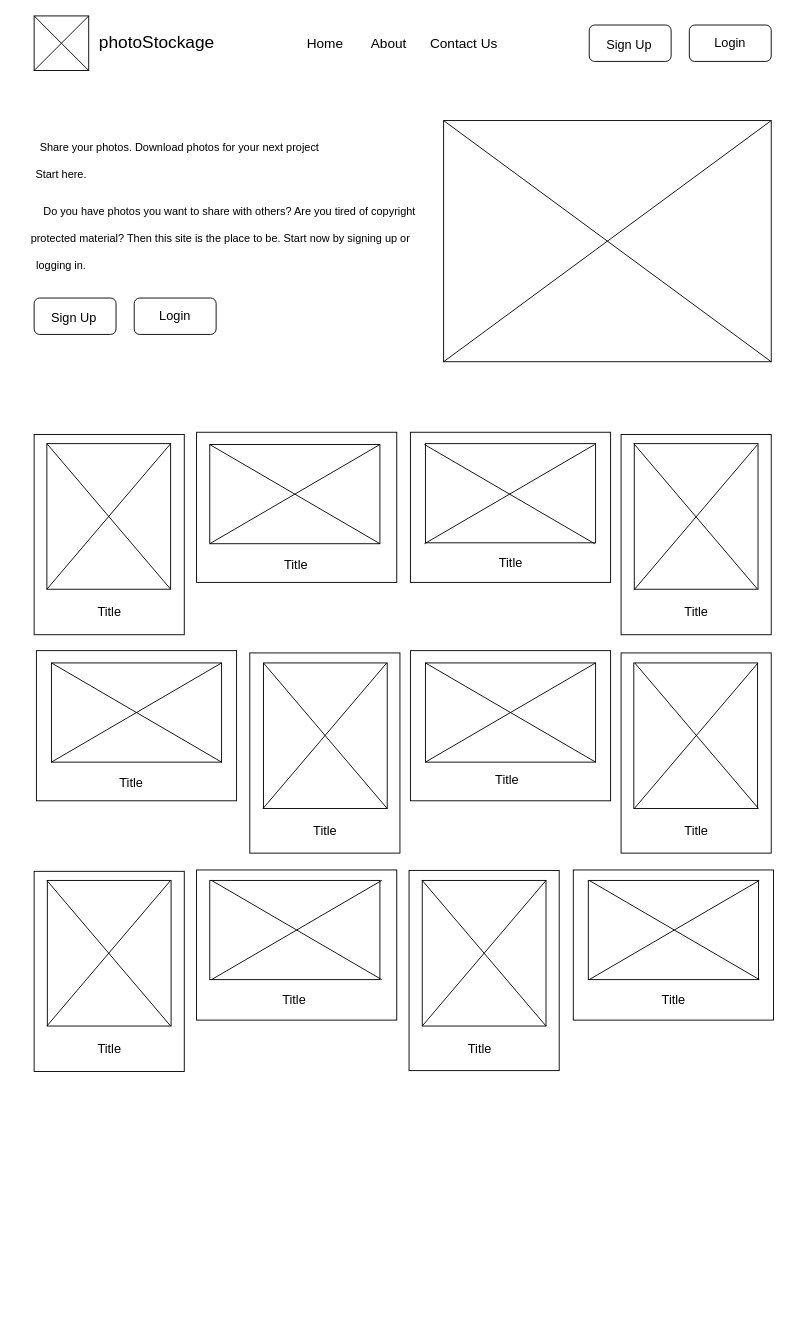
Before: wirefrime-home-desktop.drawio in EsFrost/m2i_projet, a draw.io diagram. Source tidied: cells renumbered, new cells numbered last; positions are measured from the earlier drawing's top-left corner, leaving out a move shared by most shapes. Both pictures are drawn from the tidied source at 91%, with x=0, y=0 at pixel (25, 15).
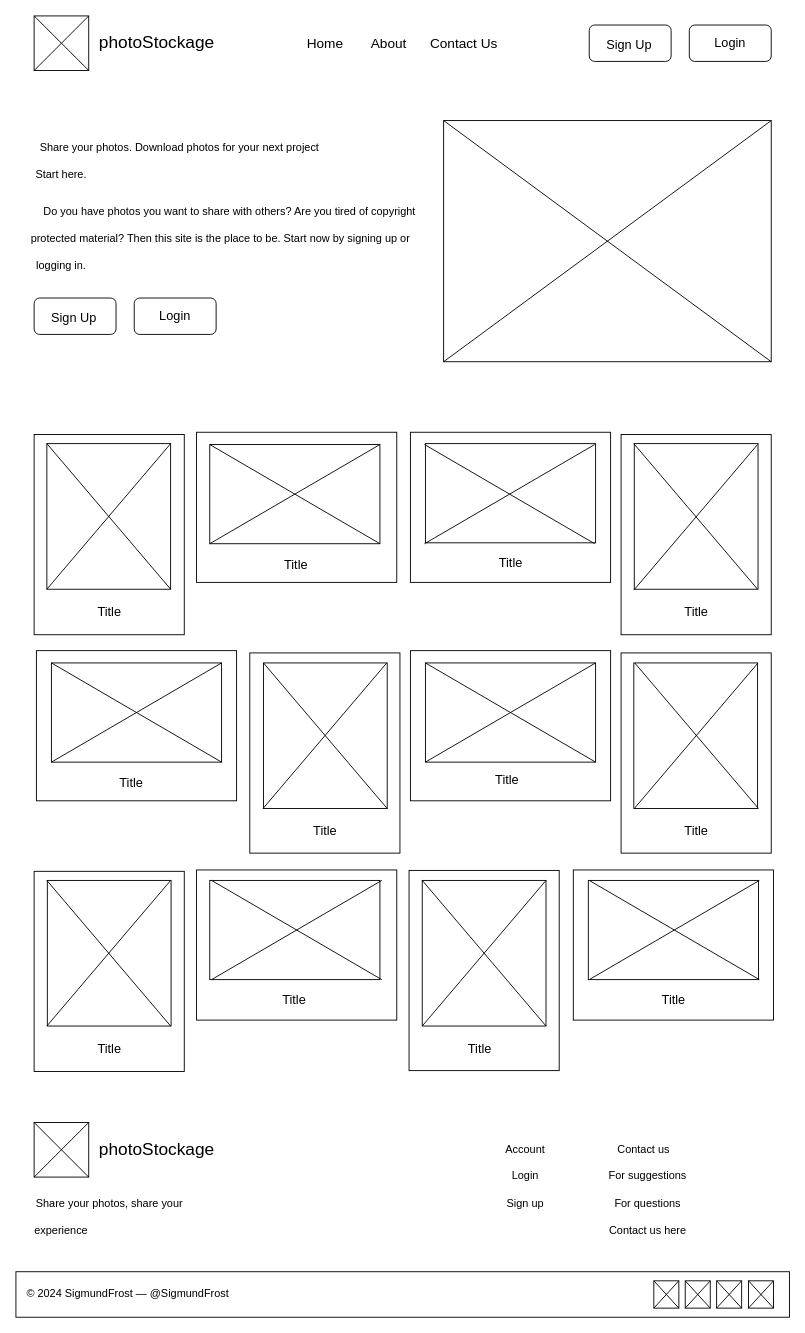
After the change.

Commit message:
Changes to homepage wireframe

Diff of the diagram source:
```diff
@@
+    <mxCell id="85" style="rounded=0;whiteSpace=wrap;html=1;" parent="1" vertex="1">
+      <mxGeometry x="10" y="1216" width="60" height="60" as="geometry" />
+    </mxCell>
+    <mxCell id="86" style="endArrow=none;html=1;rounded=0;entryX=0;entryY=0;entryDx=0;entryDy=0;exitX=1;exitY=1;exitDx=0;exitDy=0;" parent="1" edge="1" source="85" target="85">
+      <mxGeometry relative="1" as="geometry" />
+    </mxCell>
+    <mxCell id="87" style="endArrow=none;html=1;rounded=0;exitX=0;exitY=1;exitDx=0;exitDy=0;entryX=1;entryY=0;entryDx=0;entryDy=0;" parent="1" edge="1" source="85" target="85">
+      <mxGeometry relative="1" as="geometry" />
+    </mxCell>
+    <mxCell id="88" value="&lt;font style=&quot;font-size: 19px;&quot;&gt;photoStockage&lt;/font&gt;" style="text;html=1;align=center;verticalAlign=middle;whiteSpace=wrap;rounded=0;" parent="1" vertex="1">
+      <mxGeometry x="70" y="1218.5" width="150" height="55" as="geometry" />
+    </mxCell>
+    <mxCell id="89" value="Share your photos, share your" style="text;html=1;align=center;verticalAlign=middle;whiteSpace=wrap;rounded=0;" parent="1" vertex="1">
+      <mxGeometry x="2.5" y="1290" width="180" height="30" as="geometry" />
+    </mxCell>
+    <mxCell id="90" value="experience" style="text;html=1;align=center;verticalAlign=middle;whiteSpace=wrap;rounded=0;" parent="1" vertex="1">
+      <mxGeometry x="10" y="1320" width="60" height="30" as="geometry" />
+    </mxCell>
+    <mxCell id="91" value="Account" style="text;html=1;align=center;verticalAlign=middle;whiteSpace=wrap;rounded=0;" parent="1" vertex="1">
+      <mxGeometry x="520" y="1231" width="60" height="30" as="geometry" />
+    </mxCell>
+    <mxCell id="92" value="Contact us" style="text;html=1;align=center;verticalAlign=middle;whiteSpace=wrap;rounded=0;" parent="1" vertex="1">
+      <mxGeometry x="650" y="1231" width="60" height="30" as="geometry" />
+    </mxCell>
+    <mxCell id="93" value="Login" style="text;html=1;align=center;verticalAlign=middle;whiteSpace=wrap;rounded=0;" parent="1" vertex="1">
+      <mxGeometry x="520" y="1260" width="60" height="30" as="geometry" />
+    </mxCell>
+    <mxCell id="94" value="Sign up" style="text;html=1;align=center;verticalAlign=middle;whiteSpace=wrap;rounded=0;" parent="1" vertex="1">
+      <mxGeometry x="520" y="1290" width="60" height="30" as="geometry" />
+    </mxCell>
+    <mxCell id="95" value="For suggestions" style="text;html=1;align=center;verticalAlign=middle;whiteSpace=wrap;rounded=0;" parent="1" vertex="1">
+      <mxGeometry x="637.5" y="1260" width="92.5" height="30" as="geometry" />
+    </mxCell>
+    <mxCell id="96" value="For questions" style="text;html=1;align=center;verticalAlign=middle;whiteSpace=wrap;rounded=0;" parent="1" vertex="1">
+      <mxGeometry x="637.5" y="1290" width="92.5" height="30" as="geometry" />
+    </mxCell>
+    <mxCell id="97" value="Contact us here" style="text;html=1;align=center;verticalAlign=middle;whiteSpace=wrap;rounded=0;" parent="1" vertex="1">
+      <mxGeometry x="637.5" y="1320" width="92.5" height="30" as="geometry" />
+    </mxCell>
+    <mxCell id="98" style="rounded=0;whiteSpace=wrap;html=1;" parent="1" vertex="1">
+      <mxGeometry x="-10" y="1380" width="850" height="50" as="geometry" />
+    </mxCell>
+    <mxCell id="99" value="© 2024 SigmundFrost — @SigmundFrost" style="text;whiteSpace=wrap;" parent="1" vertex="1">
+      <mxGeometry y="1390" width="240" height="30" as="geometry" />
+    </mxCell>
+    <mxCell id="100" style="rounded=0;whiteSpace=wrap;html=1;" parent="1" vertex="1">
+      <mxGeometry x="691" y="1390" width="27.5" height="30" as="geometry" />
+    </mxCell>
+    <mxCell id="101" style="endArrow=none;html=1;rounded=0;entryX=1;entryY=0;entryDx=0;entryDy=0;exitX=0;exitY=1;exitDx=0;exitDy=0;" parent="1" edge="1" source="100" target="100">
+      <mxGeometry relative="1" as="geometry" />
+    </mxCell>
+    <mxCell id="102" style="endArrow=none;html=1;rounded=0;exitX=0;exitY=0;exitDx=0;exitDy=0;entryX=1;entryY=1;entryDx=0;entryDy=0;" parent="1" edge="1" source="100" target="100">
+      <mxGeometry relative="1" as="geometry" />
+    </mxCell>
+    <mxCell id="103" style="rounded=0;whiteSpace=wrap;html=1;" parent="1" vertex="1">
+      <mxGeometry x="725.5" y="1390" width="27.5" height="30" as="geometry" />
+    </mxCell>
+    <mxCell id="104" style="endArrow=none;html=1;rounded=0;entryX=1;entryY=0;entryDx=0;entryDy=0;exitX=0;exitY=1;exitDx=0;exitDy=0;" parent="1" edge="1" source="103" target="103">
+      <mxGeometry relative="1" as="geometry" />
+    </mxCell>
+    <mxCell id="105" style="endArrow=none;html=1;rounded=0;exitX=0;exitY=0;exitDx=0;exitDy=0;entryX=1;entryY=1;entryDx=0;entryDy=0;" parent="1" edge="1" source="103" target="103">
+      <mxGeometry relative="1" as="geometry" />
+    </mxCell>
+    <mxCell id="106" style="rounded=0;whiteSpace=wrap;html=1;" parent="1" vertex="1">
+      <mxGeometry x="760" y="1390" width="27.5" height="30" as="geometry" />
+    </mxCell>
+    <mxCell id="107" style="endArrow=none;html=1;rounded=0;entryX=1;entryY=0;entryDx=0;entryDy=0;exitX=0;exitY=1;exitDx=0;exitDy=0;" parent="1" edge="1" source="106" target="106">
+      <mxGeometry relative="1" as="geometry" />
+    </mxCell>
+    <mxCell id="108" style="endArrow=none;html=1;rounded=0;exitX=0;exitY=0;exitDx=0;exitDy=0;entryX=1;entryY=1;entryDx=0;entryDy=0;" parent="1" edge="1" source="106" target="106">
+      <mxGeometry relative="1" as="geometry" />
+    </mxCell>
+    <mxCell id="109" style="rounded=0;whiteSpace=wrap;html=1;" parent="1" vertex="1">
+      <mxGeometry x="795" y="1390" width="27.5" height="30" as="geometry" />
+    </mxCell>
+    <mxCell id="110" style="endArrow=none;html=1;rounded=0;entryX=1;entryY=0;entryDx=0;entryDy=0;exitX=0;exitY=1;exitDx=0;exitDy=0;" parent="1" edge="1" source="109" target="109">
+      <mxGeometry relative="1" as="geometry" />
+    </mxCell>
+    <mxCell id="111" style="endArrow=none;html=1;rounded=0;exitX=0;exitY=0;exitDx=0;exitDy=0;entryX=1;entryY=1;entryDx=0;entryDy=0;" parent="1" edge="1" source="109" target="109">
+      <mxGeometry relative="1" as="geometry" />
+    </mxCell>
```
